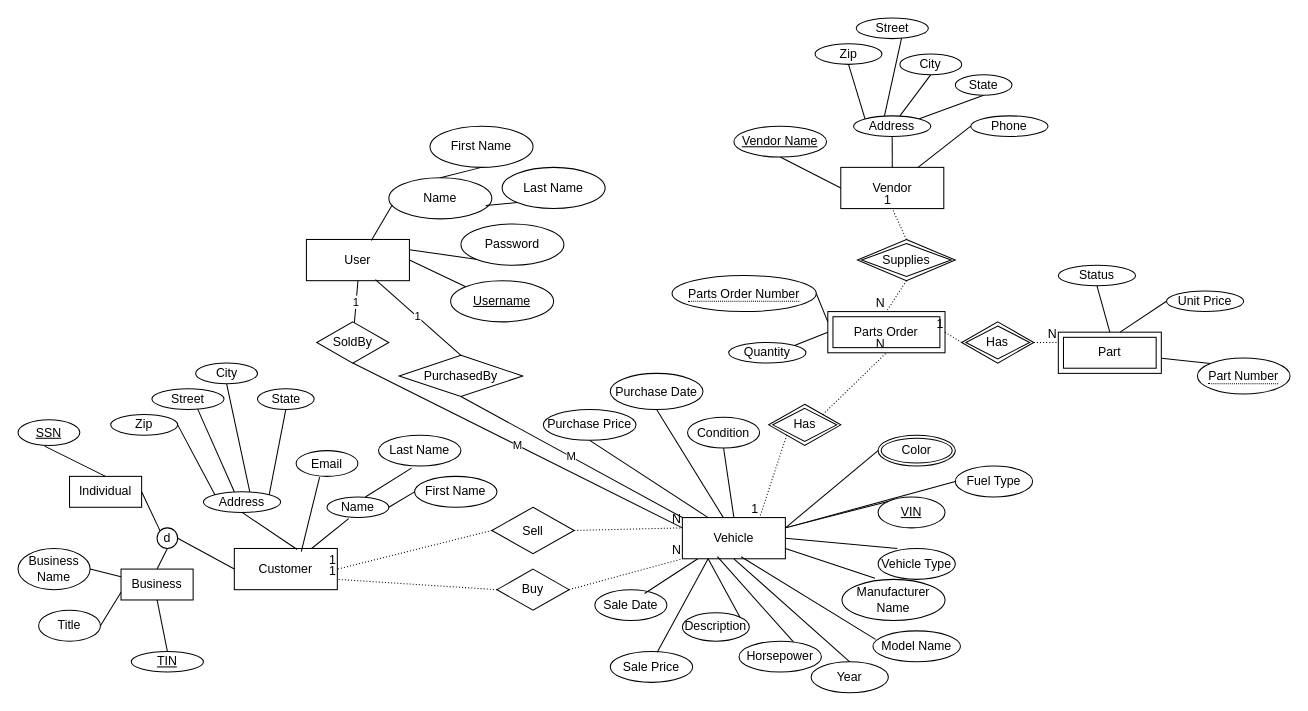
Before: Phase_1/team006_p1_eer.drawio in rkang427/autodb, a draw.io diagram. Source tidied: cells renumbered, new cells numbered last; positions are measured from the earlier drawing's top-left corner, leaving out a move shared by most shapes. Both pictures are drawn from the tidied source at 103%, with x=0, y=0 at pixel (18, 18).
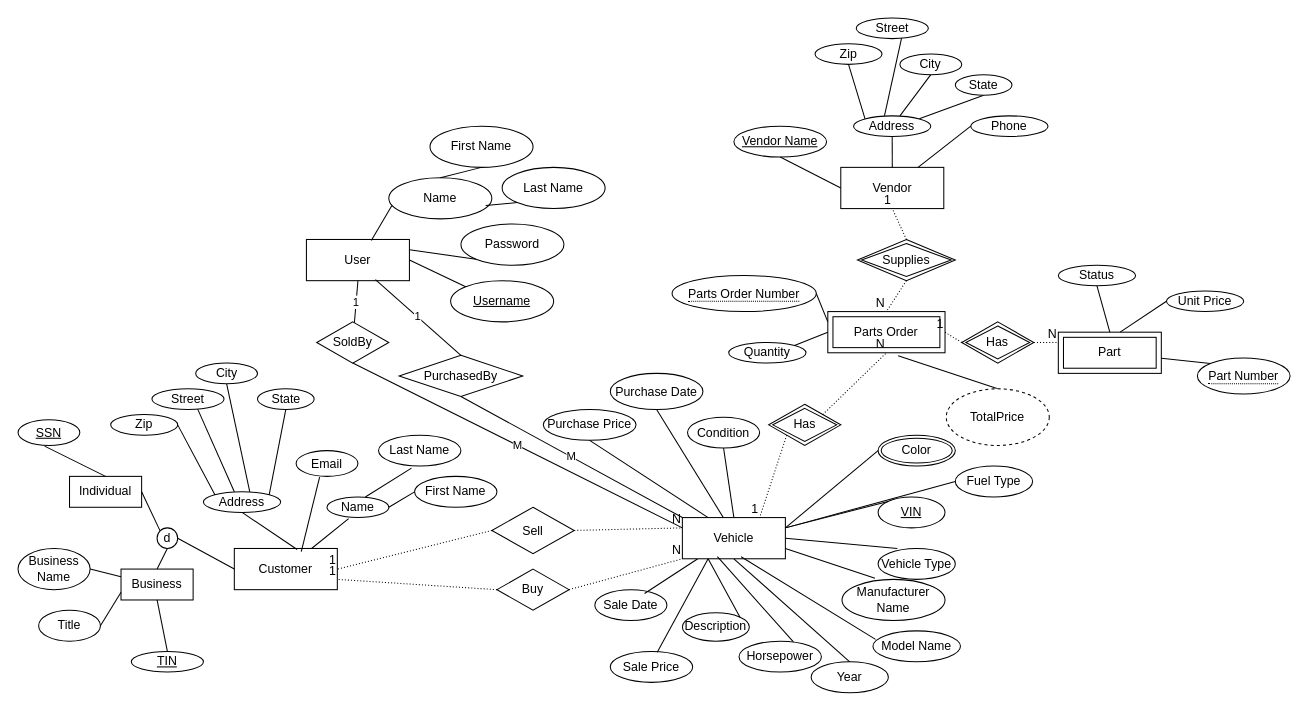
The same page after the edit.

Unchanged cells that the change refers to:
```xml
<mxCell id="56" value="Parts Order" style="shape=ext;margin=3;double=1;whiteSpace=wrap;html=1;align=center;" parent="1" vertex="1">
  <mxGeometry x="786.2" y="285" width="113.8" height="40" as="geometry" />
</mxCell>
```

The edit, as a diff of the source:
```diff
@@
+    <mxCell id="134" style="endArrow=none;html=1;rounded=0;exitX=0.6;exitY=1.072;exitDx=0;exitDy=0;exitPerimeter=0;entryX=0.5;entryY=0;entryDx=0;entryDy=0;" parent="1" edge="1" source="56" target="136">
+      <mxGeometry relative="1" as="geometry" />
+    </mxCell>
+    <mxCell id="135" style="endArrow=none;html=1;rounded=0;" parent="1" edge="1" target="136">
+      <mxGeometry relative="1" as="geometry">
+        <mxPoint x="960" y="380" as="sourcePoint" />
+      </mxGeometry>
+    </mxCell>
+    <mxCell id="136" value="TotalPrice" style="ellipse;whiteSpace=wrap;html=1;align=center;dashed=1;" parent="1" vertex="1">
+      <mxGeometry x="901.2" y="360" width="100" height="55" as="geometry" />
+    </mxCell>
```
